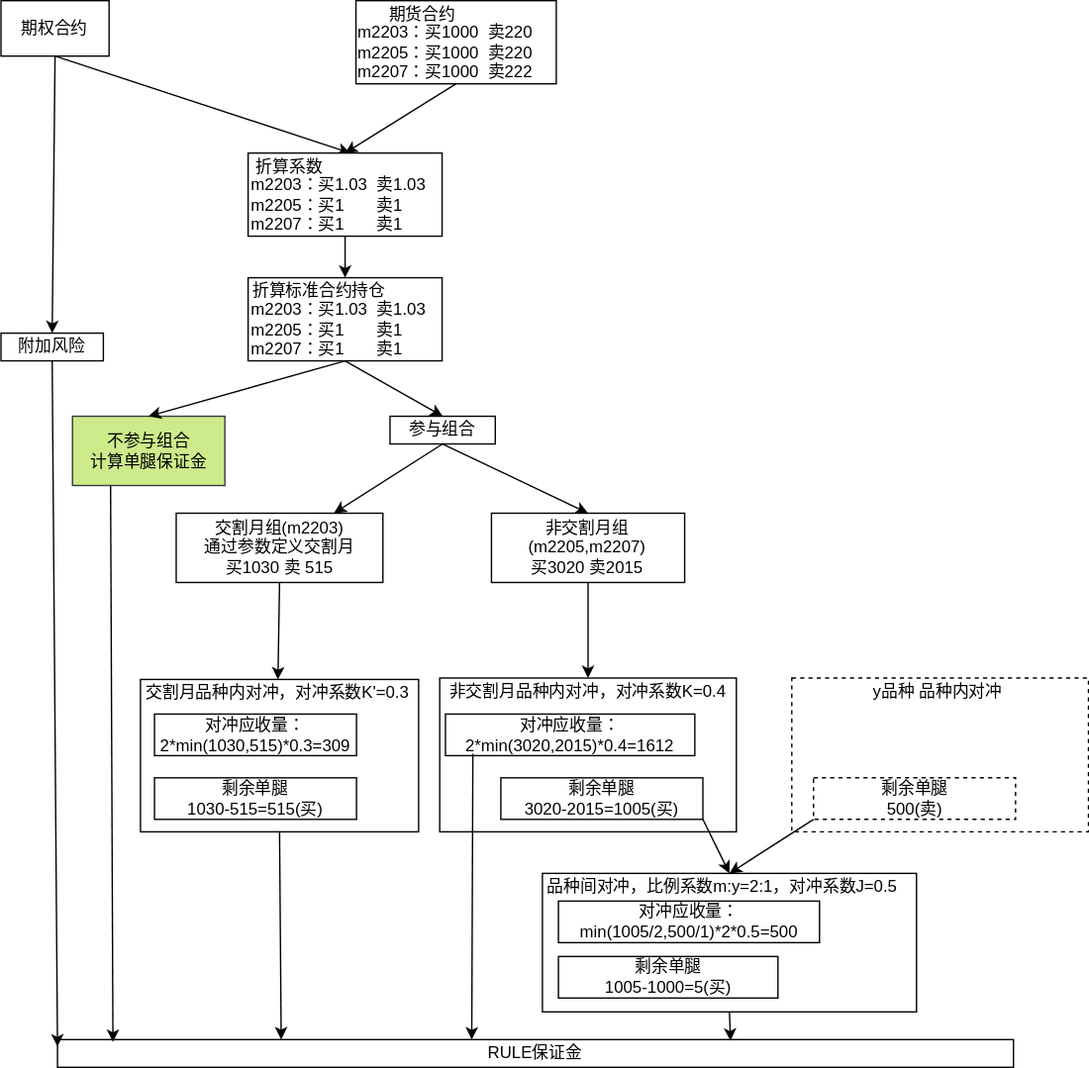
Earlier version of the draw.io export rule2.svg (trade365/jdk8.github.io). Source tidied: cells renumbered, new cells last; positions are measured from the earlier drawing's top-left corner, leaving out a move shared by most shapes.
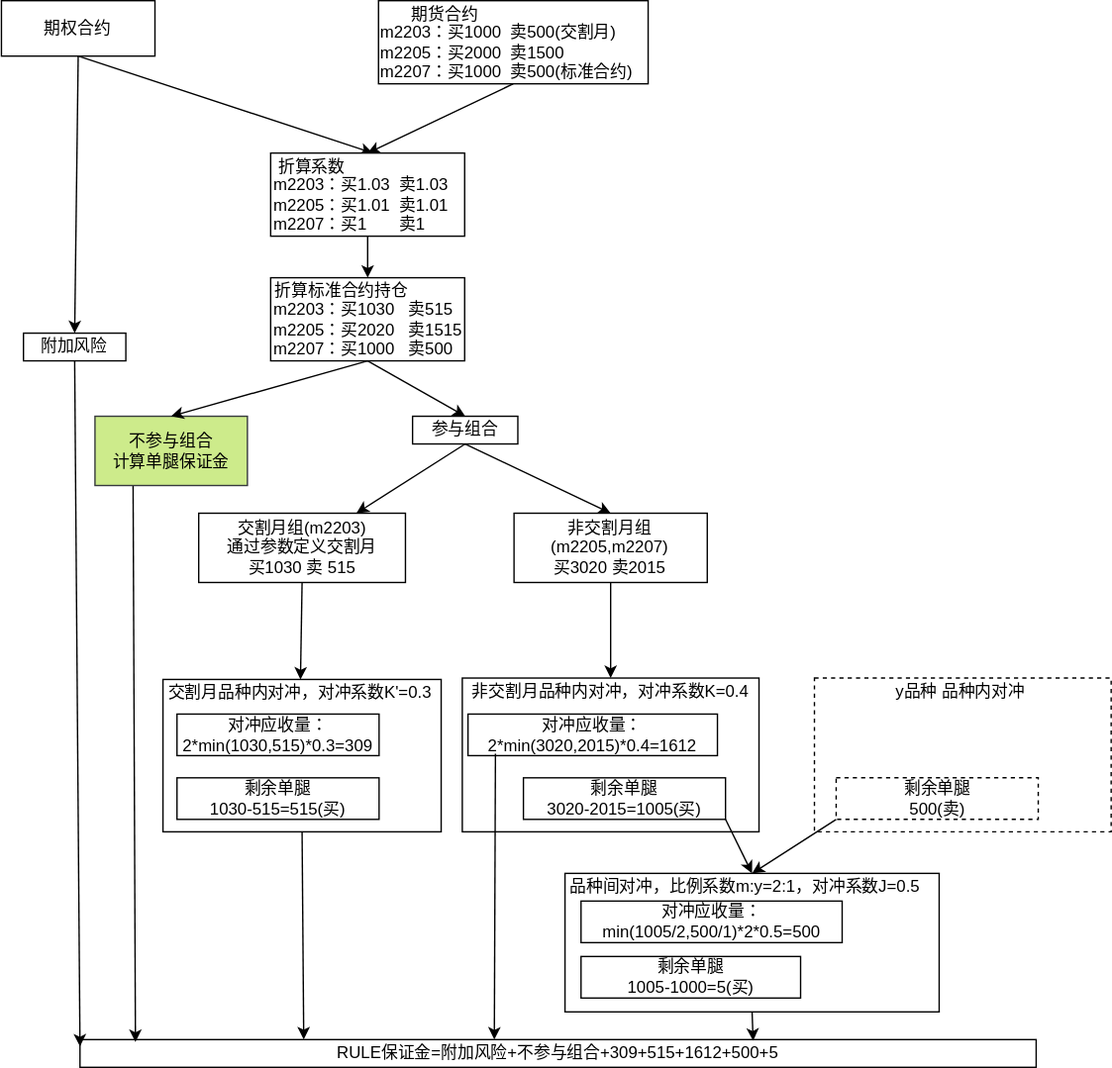
After the commit.

Diff of the diagram source:
```diff
@@ -32,7 +32,7 @@
     <mxCell id="11" value="对冲应收量：&lt;br&gt;2*min(1030,515)*0.3=309" style="rounded=0;whiteSpace=wrap;html=1;" parent="1" vertex="1">
       <mxGeometry x="111" y="515" width="145.8" height="30" as="geometry" />
     </mxCell>
-    <mxCell id="12" value="RULE保证金" style="rounded=0;whiteSpace=wrap;html=1;" parent="1" vertex="1">
+    <mxCell id="12" value="RULE保证金=附加风险+不参与组合+309+515+1612+500+5" style="rounded=0;whiteSpace=wrap;html=1;" parent="1" vertex="1">
       <mxGeometry x="41" y="750" width="690" height="20" as="geometry" />
     </mxCell>
     <mxCell id="13" style="rounded=0;jettySize=auto;html=1;exitX=0.5;exitY=1;exitDx=0;exitDy=0;entryX=0.5;entryY=0;entryDx=0;entryDy=0;" parent="1" edge="1" source="15">
@@ -44,7 +44,7 @@
       <mxGeometry relative="1" as="geometry" />
     </mxCell>
     <mxCell id="15" value="期权合约&lt;br&gt;" style="rounded=0;whiteSpace=wrap;html=1;" parent="1" vertex="1">
-      <mxGeometry x="0.2" width="78" height="40" as="geometry" />
+      <mxGeometry x="-15.7" width="110.8" height="40" as="geometry" />
     </mxCell>
     <mxCell id="16" style="rounded=0;jettySize=auto;html=1;exitX=0.5;exitY=1;exitDx=0;exitDy=0;entryX=0;entryY=0.25;entryDx=0;entryDy=0;startArrow=none;startFill=0;endArrow=classic;endFill=1;" parent="1" edge="1" source="17" target="12">
       <mxGeometry relative="1" as="geometry" />
@@ -87,8 +87,8 @@
     <mxCell id="28" style="rounded=0;jettySize=auto;html=1;exitX=0.5;exitY=1;exitDx=0;exitDy=0;entryX=0.5;entryY=0;entryDx=0;entryDy=0;" parent="1" edge="1" source="29" target="47">
       <mxGeometry relative="1" as="geometry" />
     </mxCell>
-    <mxCell id="29" value="&lt;br&gt;m2203：买1000&amp;nbsp; 卖220&amp;nbsp;&lt;br&gt;m2205：买1000&amp;nbsp; 卖220&lt;br&gt;m2207：买1000&amp;nbsp; 卖222" style="rounded=0;whiteSpace=wrap;html=1;align=left;" parent="1" vertex="1">
-      <mxGeometry x="256.4" width="144.6" height="60" as="geometry" />
+    <mxCell id="29" value="&lt;br&gt;m2203：买1000&amp;nbsp; 卖500(交割月)&amp;nbsp;&lt;br&gt;m2205：买2000&amp;nbsp; 卖1500&lt;br&gt;m2207：买1000&amp;nbsp; 卖500(标准合约)" style="rounded=0;whiteSpace=wrap;html=1;align=left;" parent="1" vertex="1">
+      <mxGeometry x="256.4" width="194.6" height="60" as="geometry" />
     </mxCell>
     <mxCell id="30" style="rounded=0;jettySize=auto;html=1;exitX=0.5;exitY=1;exitDx=0;exitDy=0;entryX=0.5;entryY=0;entryDx=0;entryDy=0;" parent="1" edge="1" source="49" target="20">
       <mxGeometry relative="1" as="geometry" />
@@ -141,13 +141,13 @@
     <mxCell id="46" style="rounded=0;jettySize=auto;html=1;exitX=0.5;exitY=1;exitDx=0;exitDy=0;" parent="1" edge="1" source="47" target="49">
       <mxGeometry relative="1" as="geometry" />
     </mxCell>
-    <mxCell id="47" value="&lt;br&gt;m2203：买1.03&amp;nbsp; 卖1.03&amp;nbsp;&lt;br&gt;m2205：买1&amp;nbsp; &amp;nbsp; &amp;nbsp; &amp;nbsp;卖1&lt;br&gt;m2207：买1&amp;nbsp; &amp;nbsp; &amp;nbsp; &amp;nbsp;卖1" style="rounded=0;whiteSpace=wrap;html=1;align=left;" parent="1" vertex="1">
+    <mxCell id="47" value="&lt;br&gt;m2203：买1.03&amp;nbsp; 卖1.03&amp;nbsp;&lt;br&gt;m2205：买1.01&amp;nbsp; 卖1.01&lt;br&gt;m2207：买1&amp;nbsp; &amp;nbsp; &amp;nbsp; &amp;nbsp;卖1" style="rounded=0;whiteSpace=wrap;html=1;align=left;" parent="1" vertex="1">
       <mxGeometry x="178.6" y="110" width="140" height="60" as="geometry" />
     </mxCell>
     <mxCell id="48" value="折算系数" style="text;html=1;strokeColor=none;fillColor=none;align=center;verticalAlign=middle;whiteSpace=wrap;rounded=0;" parent="1" vertex="1">
       <mxGeometry x="178.6" y="110" width="58.7" height="20" as="geometry" />
     </mxCell>
-    <mxCell id="49" value="&lt;br&gt;m2203：买1.03&amp;nbsp; 卖1.03&amp;nbsp;&lt;br&gt;m2205：买1&amp;nbsp; &amp;nbsp; &amp;nbsp; &amp;nbsp;卖1&lt;br&gt;m2207：买1&amp;nbsp; &amp;nbsp; &amp;nbsp; &amp;nbsp;卖1" style="rounded=0;whiteSpace=wrap;html=1;align=left;" parent="1" vertex="1">
+    <mxCell id="49" value="&lt;br&gt;m2203：买1030&amp;nbsp; &amp;nbsp;卖515&amp;nbsp;&lt;br&gt;m2205：买2020&amp;nbsp; &amp;nbsp;卖1515&lt;br&gt;m2207：买1000&amp;nbsp; &amp;nbsp;卖500" style="rounded=0;whiteSpace=wrap;html=1;align=left;" parent="1" vertex="1">
       <mxGeometry x="178.6" y="200" width="140" height="60" as="geometry" />
     </mxCell>
     <mxCell id="50" value="折算标准合约持仓" style="text;html=1;strokeColor=none;fillColor=none;align=center;verticalAlign=middle;whiteSpace=wrap;rounded=0;" parent="1" vertex="1">
```
